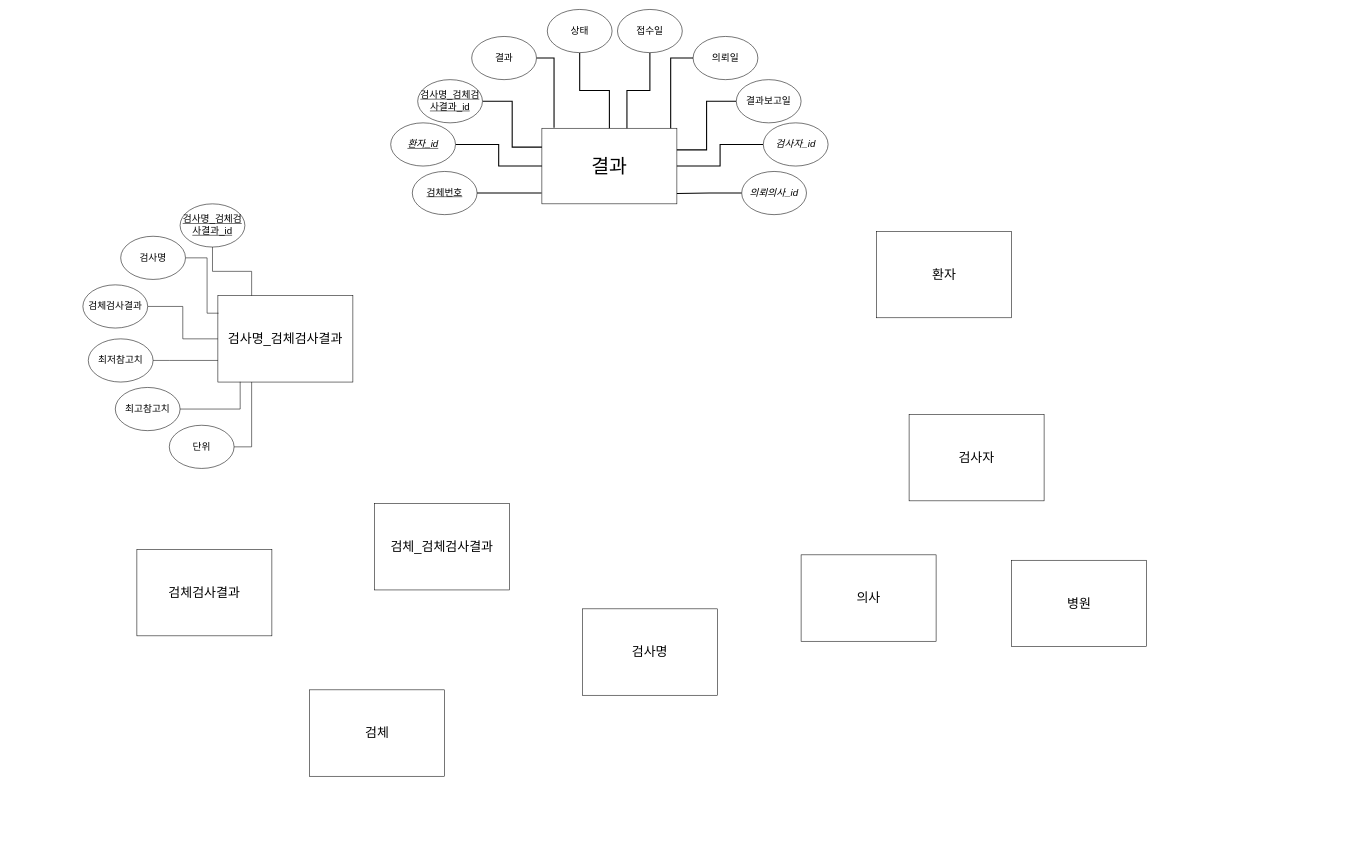
surim-wang/MNIST keeps this draw.io diagram as file/20210613_의무기록 ERD모델링.drawio. Above is the earlier version. Source tidied: cells renumbered, new cells numbered last; positions are measured from the earlier drawing's top-left corner, leaving out a move shared by most shapes. Both pictures are drawn from the tidied source at 54%, with x=0, y=0 at pixel (83, 9).
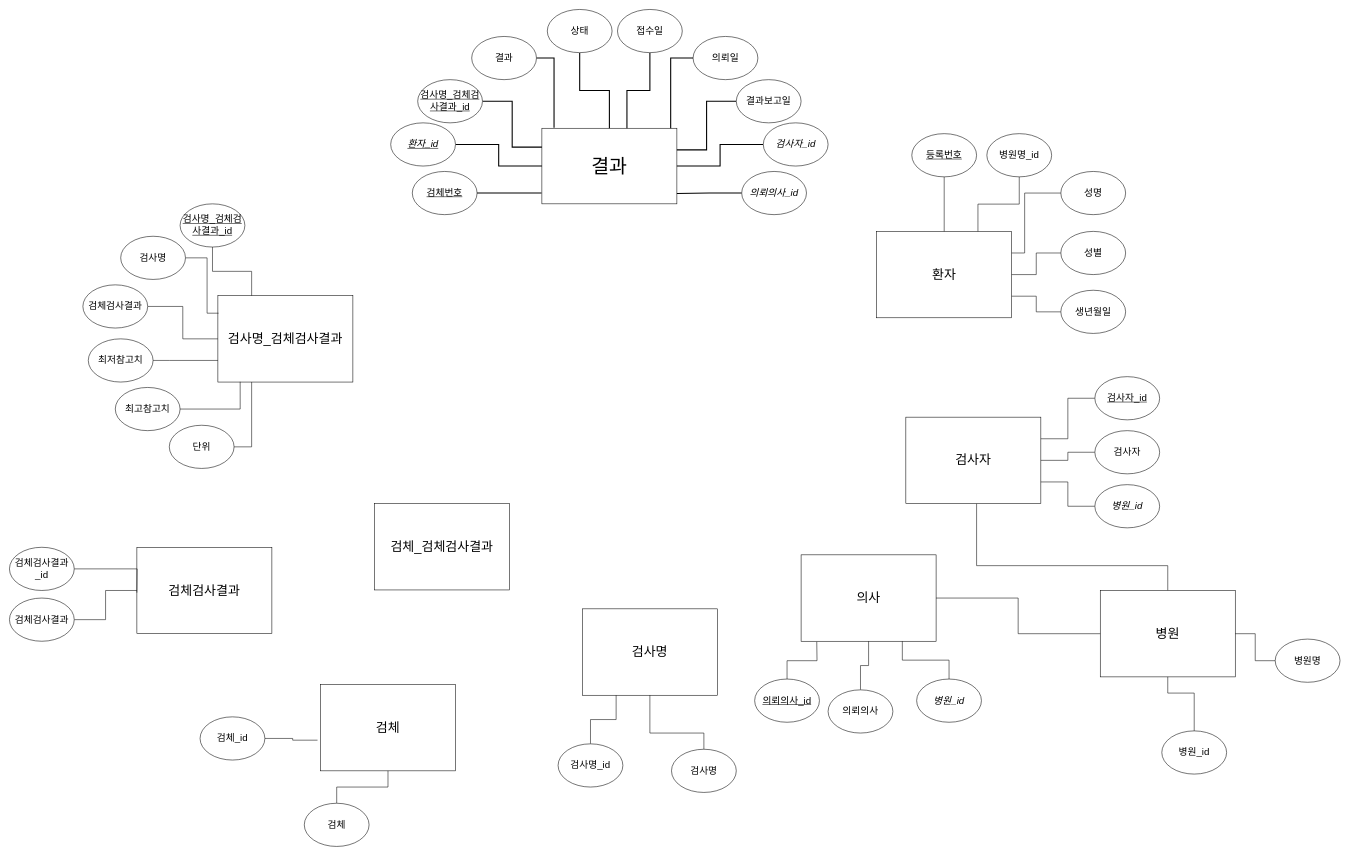
Above is the later version.

Commit message:
Update 20210614_의무기록 ERD모델링.drawio

The change refers to these unchanged cells:
```xml
<mxCell id="39" value="&lt;font style=&quot;font-size: 24px&quot;&gt;검사명&lt;/font&gt;" style="rounded=0;whiteSpace=wrap;html=1;" parent="1" vertex="1">
  <mxGeometry x="925" y="1110" width="250" height="160" as="geometry" />
</mxCell>
<mxCell id="40" value="&lt;font style=&quot;font-size: 24px&quot;&gt;환자&lt;/font&gt;" style="rounded=0;whiteSpace=wrap;html=1;" parent="1" vertex="1">
  <mxGeometry x="1470" y="411" width="250" height="160" as="geometry" />
</mxCell>
<mxCell id="42" value="&lt;font style=&quot;font-size: 24px&quot;&gt;의사&lt;/font&gt;" style="rounded=0;whiteSpace=wrap;html=1;" parent="1" vertex="1">
  <mxGeometry x="1330" y="1010" width="250" height="160" as="geometry" />
</mxCell>
```

Change to the diagram source:
```diff
@@
     <mxCell id="36" value="&lt;font style=&quot;font-size: 24px&quot;&gt;검체검사결과&lt;/font&gt;" style="rounded=0;whiteSpace=wrap;html=1;" parent="1" vertex="1">
-      <mxGeometry x="100" y="1000" width="250" height="160" as="geometry" />
+      <mxGeometry x="100" y="996" width="250" height="160" as="geometry" />
     </mxCell>
     <mxCell id="37" value="&lt;font style=&quot;font-size: 24px&quot;&gt;검체&lt;/font&gt;" style="rounded=0;whiteSpace=wrap;html=1;" parent="1" vertex="1">
-      <mxGeometry x="420" y="1260" width="250" height="160" as="geometry" />
+      <mxGeometry x="440" y="1250" width="250" height="160" as="geometry" />
     </mxCell>
@@
+    <mxCell id="44" style="edgeStyle=orthogonalEdgeStyle;rounded=0;jettySize=auto;html=1;endArrow=none;endFill=0;" parent="1" edge="1" source="41" target="43">
+      <mxGeometry relative="1" as="geometry">
+        <Array as="points">
+          <mxPoint x="2009" y="1030" />
+          <mxPoint x="1655" y="1030" />
+        </Array>
+      </mxGeometry>
+    </mxCell>
     <mxCell id="41" value="&lt;font style=&quot;font-size: 24px&quot;&gt;병원&lt;/font&gt;" style="rounded=0;whiteSpace=wrap;html=1;" parent="1" vertex="1">
-      <mxGeometry x="1720" y="1020" width="250" height="160" as="geometry" />
+      <mxGeometry x="1884" y="1076" width="250" height="160" as="geometry" />
     </mxCell>
@@
     <mxCell id="43" value="&lt;font style=&quot;font-size: 24px&quot;&gt;검사자&lt;/font&gt;" style="rounded=0;whiteSpace=wrap;html=1;" parent="1" vertex="1">
-      <mxGeometry x="1530" y="750" width="250" height="160" as="geometry" />
+      <mxGeometry x="1524" y="755" width="250" height="160" as="geometry" />
     </mxCell>
+    <mxCell id="45" style="edgeStyle=orthogonalEdgeStyle;rounded=0;jettySize=auto;html=1;endArrow=none;endFill=0;" parent="1" edge="1" source="46">
+      <mxGeometry relative="1" as="geometry">
+        <mxPoint x="100" y="1080" as="targetPoint" />
+      </mxGeometry>
+    </mxCell>
+    <mxCell id="46" value="검체검사결과_id" style="ellipse;whiteSpace=wrap;html=1;fontSize=18;" parent="1" vertex="1">
+      <mxGeometry x="-136" y="996" width="120" height="80" as="geometry" />
+    </mxCell>
+    <mxCell id="47" style="edgeStyle=orthogonalEdgeStyle;rounded=0;jettySize=auto;html=1;endArrow=none;endFill=0;" parent="1" edge="1" source="48" target="36">
+      <mxGeometry relative="1" as="geometry" />
+    </mxCell>
+    <mxCell id="48" value="검체검사결과" style="ellipse;whiteSpace=wrap;html=1;fontSize=18;" parent="1" vertex="1">
+      <mxGeometry x="-136" y="1090" width="120" height="80" as="geometry" />
+    </mxCell>
+    <mxCell id="49" style="edgeStyle=orthogonalEdgeStyle;rounded=0;jettySize=auto;html=1;entryX=-0.022;entryY=0.645;entryDx=0;entryDy=0;endArrow=none;endFill=0;entryPerimeter=0;" parent="1" edge="1" source="50" target="37">
+      <mxGeometry relative="1" as="geometry" />
+    </mxCell>
+    <mxCell id="50" value="검체_id" style="ellipse;whiteSpace=wrap;html=1;fontSize=18;" parent="1" vertex="1">
+      <mxGeometry x="217" y="1310" width="120" height="80" as="geometry" />
+    </mxCell>
+    <mxCell id="51" style="edgeStyle=orthogonalEdgeStyle;rounded=0;jettySize=auto;html=1;endArrow=none;endFill=0;" parent="1" edge="1" source="52" target="37">
+      <mxGeometry relative="1" as="geometry" />
+    </mxCell>
+    <mxCell id="52" value="검체" style="ellipse;whiteSpace=wrap;html=1;fontSize=18;" parent="1" vertex="1">
+      <mxGeometry x="410" y="1470" width="120" height="80" as="geometry" />
+    </mxCell>
+    <mxCell id="53" style="edgeStyle=orthogonalEdgeStyle;rounded=0;jettySize=auto;html=1;entryX=0.25;entryY=1;entryDx=0;entryDy=0;endArrow=none;endFill=0;" parent="1" edge="1" source="54" target="39">
+      <mxGeometry relative="1" as="geometry" />
+    </mxCell>
+    <mxCell id="54" value="검사명_id" style="ellipse;whiteSpace=wrap;html=1;fontSize=18;" parent="1" vertex="1">
+      <mxGeometry x="880" y="1360" width="120" height="80" as="geometry" />
+    </mxCell>
+    <mxCell id="55" style="edgeStyle=orthogonalEdgeStyle;rounded=0;jettySize=auto;html=1;endArrow=none;endFill=0;" parent="1" edge="1" source="56" target="39">
+      <mxGeometry relative="1" as="geometry">
+        <Array as="points">
+          <mxPoint x="1150" y="1340" />
+          <mxPoint x="1050" y="1340" />
+        </Array>
+      </mxGeometry>
+    </mxCell>
+    <mxCell id="56" value="검사명" style="ellipse;whiteSpace=wrap;html=1;fontSize=18;" parent="1" vertex="1">
+      <mxGeometry x="1090" y="1370" width="120" height="80" as="geometry" />
+    </mxCell>
+    <mxCell id="57" style="edgeStyle=orthogonalEdgeStyle;rounded=0;jettySize=auto;html=1;endArrow=none;endFill=0;" parent="1" edge="1" source="58" target="41">
+      <mxGeometry relative="1" as="geometry" />
+    </mxCell>
+    <mxCell id="58" value="병원명" style="ellipse;whiteSpace=wrap;html=1;fontSize=18;" parent="1" vertex="1">
+      <mxGeometry x="2208" y="1166" width="120" height="80" as="geometry" />
+    </mxCell>
+    <mxCell id="59" style="edgeStyle=orthogonalEdgeStyle;rounded=0;jettySize=auto;html=1;endArrow=none;endFill=0;" parent="1" edge="1" source="60" target="41">
+      <mxGeometry relative="1" as="geometry">
+        <Array as="points">
+          <mxPoint x="2058" y="1266" />
+          <mxPoint x="2009" y="1266" />
+        </Array>
+      </mxGeometry>
+    </mxCell>
+    <mxCell id="60" value="병원_id" style="ellipse;whiteSpace=wrap;html=1;fontSize=18;" parent="1" vertex="1">
+      <mxGeometry x="1998" y="1336" width="120" height="80" as="geometry" />
+    </mxCell>
+    <mxCell id="61" style="edgeStyle=orthogonalEdgeStyle;rounded=0;jettySize=auto;html=1;endArrow=none;endFill=0;" parent="1" edge="1" source="62">
+      <mxGeometry relative="1" as="geometry">
+        <mxPoint x="1359" y="1171" as="targetPoint" />
+      </mxGeometry>
+    </mxCell>
+    <mxCell id="62" value="&lt;u&gt;의뢰의사_id&lt;/u&gt;" style="ellipse;whiteSpace=wrap;html=1;fontSize=18;" parent="1" vertex="1">
+      <mxGeometry x="1244" y="1240" width="120" height="80" as="geometry" />
+    </mxCell>
+    <mxCell id="63" style="edgeStyle=orthogonalEdgeStyle;rounded=0;jettySize=auto;html=1;endArrow=none;endFill=0;entryX=1;entryY=0.5;entryDx=0;entryDy=0;" parent="1" edge="1" source="41" target="42">
+      <mxGeometry relative="1" as="geometry" />
+    </mxCell>
+    <mxCell id="64" style="edgeStyle=orthogonalEdgeStyle;rounded=0;jettySize=auto;html=1;endArrow=none;endFill=0;entryX=0.5;entryY=1;entryDx=0;entryDy=0;" parent="1" edge="1" source="65" target="42">
+      <mxGeometry relative="1" as="geometry" />
+    </mxCell>
+    <mxCell id="65" value="의뢰의사" style="ellipse;whiteSpace=wrap;html=1;fontSize=18;" parent="1" vertex="1">
+      <mxGeometry x="1380" y="1260" width="120" height="80" as="geometry" />
+    </mxCell>
+    <mxCell id="66" style="edgeStyle=orthogonalEdgeStyle;rounded=0;jettySize=auto;html=1;endArrow=none;endFill=0;entryX=0.75;entryY=1;entryDx=0;entryDy=0;" parent="1" edge="1" source="67" target="42">
+      <mxGeometry relative="1" as="geometry" />
+    </mxCell>
+    <mxCell id="67" value="&lt;i&gt;병원_id&lt;/i&gt;" style="ellipse;whiteSpace=wrap;html=1;fontSize=18;" parent="1" vertex="1">
+      <mxGeometry x="1544" y="1240" width="120" height="80" as="geometry" />
+    </mxCell>
+    <mxCell id="68" style="edgeStyle=orthogonalEdgeStyle;rounded=0;jettySize=auto;html=1;entryX=1;entryY=0.25;entryDx=0;entryDy=0;endArrow=none;endFill=0;" parent="1" edge="1" source="69" target="43">
+      <mxGeometry relative="1" as="geometry" />
+    </mxCell>
+    <mxCell id="69" value="&lt;u&gt;검사자_id&lt;/u&gt;" style="ellipse;whiteSpace=wrap;html=1;fontSize=18;" parent="1" vertex="1">
+      <mxGeometry x="1874" y="680" width="120" height="80" as="geometry" />
+    </mxCell>
+    <mxCell id="70" style="edgeStyle=orthogonalEdgeStyle;rounded=0;jettySize=auto;html=1;entryX=1;entryY=0.5;entryDx=0;entryDy=0;endArrow=none;endFill=0;" parent="1" edge="1" source="71" target="43">
+      <mxGeometry relative="1" as="geometry" />
+    </mxCell>
+    <mxCell id="71" value="검사자" style="ellipse;whiteSpace=wrap;html=1;fontSize=18;" parent="1" vertex="1">
+      <mxGeometry x="1874" y="780" width="120" height="80" as="geometry" />
+    </mxCell>
+    <mxCell id="72" style="edgeStyle=orthogonalEdgeStyle;rounded=0;jettySize=auto;html=1;endArrow=none;endFill=0;entryX=1;entryY=0.75;entryDx=0;entryDy=0;" parent="1" edge="1" source="73" target="43">
+      <mxGeometry relative="1" as="geometry" />
+    </mxCell>
+    <mxCell id="73" value="&lt;i&gt;병원_id&lt;/i&gt;" style="ellipse;whiteSpace=wrap;html=1;fontSize=18;" parent="1" vertex="1">
+      <mxGeometry x="1874" y="880" width="120" height="80" as="geometry" />
+    </mxCell>
+    <mxCell id="74" style="edgeStyle=orthogonalEdgeStyle;rounded=0;jettySize=auto;html=1;entryX=0.75;entryY=0;entryDx=0;entryDy=0;endArrow=none;endFill=0;" parent="1" edge="1" source="75" target="40">
+      <mxGeometry relative="1" as="geometry" />
+    </mxCell>
+    <mxCell id="75" value="병원명_id" style="ellipse;whiteSpace=wrap;html=1;fontSize=18;" parent="1" vertex="1">
+      <mxGeometry x="1674" y="230" width="120" height="80" as="geometry" />
+    </mxCell>
+    <mxCell id="76" style="edgeStyle=orthogonalEdgeStyle;rounded=0;jettySize=auto;html=1;entryX=1;entryY=0.25;entryDx=0;entryDy=0;endArrow=none;endFill=0;" parent="1" edge="1" source="77" target="40">
+      <mxGeometry relative="1" as="geometry">
+        <Array as="points">
+          <mxPoint x="1744" y="340" />
+          <mxPoint x="1744" y="451" />
+        </Array>
+      </mxGeometry>
+    </mxCell>
+    <mxCell id="77" value="성명" style="ellipse;whiteSpace=wrap;html=1;fontSize=18;" parent="1" vertex="1">
+      <mxGeometry x="1811" y="300" width="120" height="80" as="geometry" />
+    </mxCell>
+    <mxCell id="78" style="edgeStyle=orthogonalEdgeStyle;rounded=0;jettySize=auto;html=1;endArrow=none;endFill=0;" parent="1" edge="1" source="79" target="40">
+      <mxGeometry relative="1" as="geometry" />
+    </mxCell>
+    <mxCell id="79" value="&lt;u&gt;등록번호&lt;/u&gt;" style="ellipse;whiteSpace=wrap;html=1;fontSize=18;" parent="1" vertex="1">
+      <mxGeometry x="1535" y="230" width="120" height="80" as="geometry" />
+    </mxCell>
+    <mxCell id="80" style="edgeStyle=orthogonalEdgeStyle;rounded=0;jettySize=auto;html=1;entryX=1;entryY=0.5;entryDx=0;entryDy=0;endArrow=none;endFill=0;" parent="1" edge="1" source="81" target="40">
+      <mxGeometry relative="1" as="geometry" />
+    </mxCell>
+    <mxCell id="81" value="성별" style="ellipse;whiteSpace=wrap;html=1;fontSize=18;" parent="1" vertex="1">
+      <mxGeometry x="1811" y="411" width="120" height="80" as="geometry" />
+    </mxCell>
+    <mxCell id="82" style="edgeStyle=orthogonalEdgeStyle;rounded=0;jettySize=auto;html=1;endArrow=none;endFill=0;entryX=1;entryY=0.75;entryDx=0;entryDy=0;" parent="1" edge="1" source="83" target="40">
+      <mxGeometry relative="1" as="geometry" />
+    </mxCell>
+    <mxCell id="83" value="생년월일" style="ellipse;whiteSpace=wrap;html=1;fontSize=18;" parent="1" vertex="1">
+      <mxGeometry x="1811" y="520" width="120" height="80" as="geometry" />
+    </mxCell>
```
